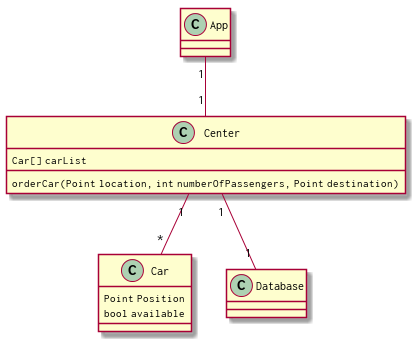
Earlier version of the PlantUML export Diagrams/classDiagram.png (TwanSchoonen/Networking2018). Its diagram source:
```plantuml
@startuml
class Car {
  Point Position
  bool available

}

class Center {
  Car[] carList
  orderCar(Point location, int numberOfPassengers, Point destination)

}

class App {

}

class Database {

}

App "1" -- "1" Center
Center "1" -- "*" Car
Center "1" -- "1" Database


@enduml
```
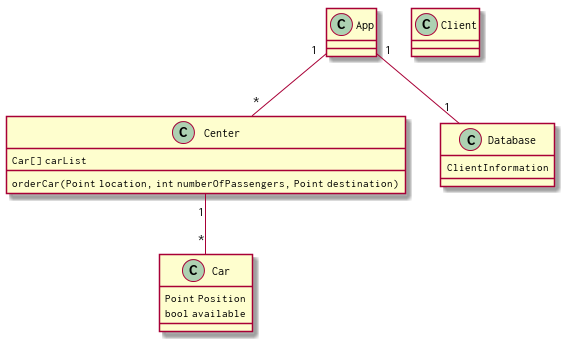
After the commit.

Diff of the diagram source:
```diff
@@ -7,21 +7,25 @@
 
 class Center {
   Car[] carList
+
   orderCar(Point location, int numberOfPassengers, Point destination)
 
 }
 
 class App {
+}
+
+class Database {
+  ClientInformation
+}
+
+class Client {
 
 }
 
-class Database {
-
-}
-
-App "1" -- "1" Center
+App "1" -- "*" Center
 Center "1" -- "*" Car
-Center "1" -- "1" Database
+App "1" -- "1" Database
 
 
 @enduml
```
